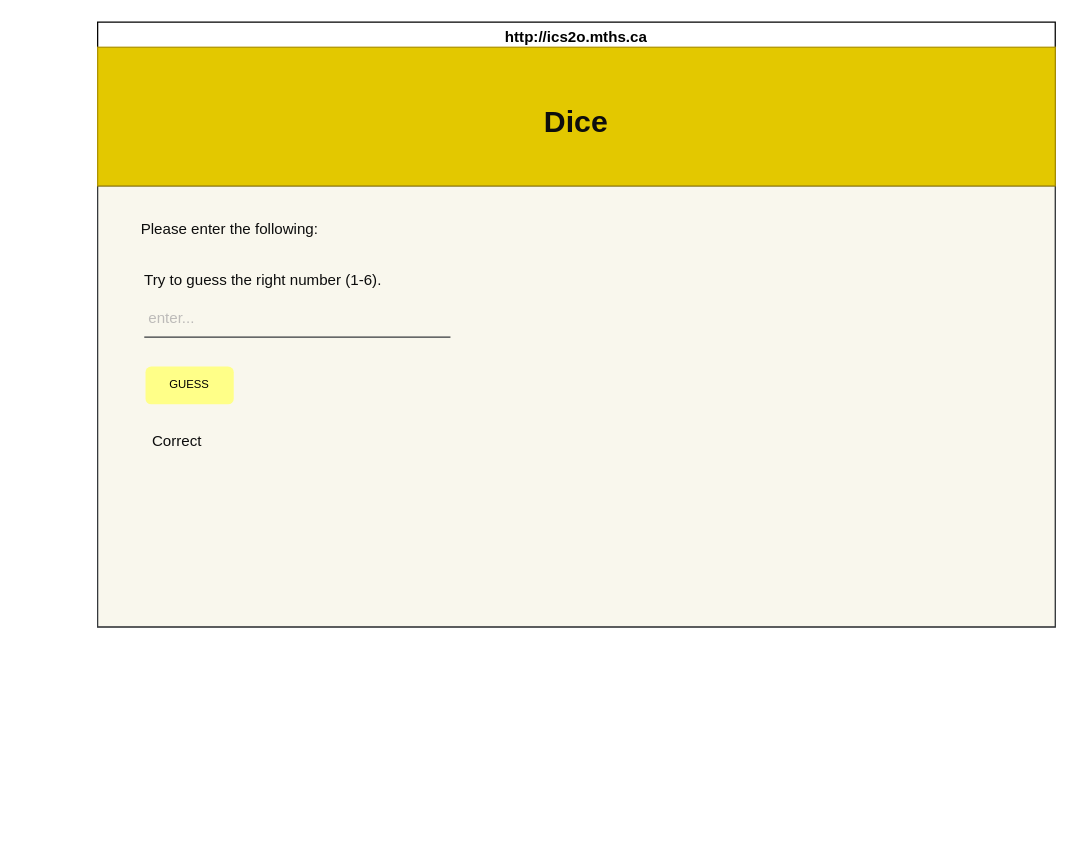
The draw.io diagram design/storyboard.drawio in MTHS-ICD2O-1-2023/ICD2O-Unit-5-01-pablo-fiallos-granados, before the edit. Source tidied: cells renumbered, new cells numbered last; positions are measured from the earlier drawing's top-left corner, leaving out a move shared by most shapes. Both pictures are drawn from the tidied source at 126%, with x=0, y=0 at pixel (21, 21). Pictures stored in the file or linked from it are replaced by grey dashed boxes.
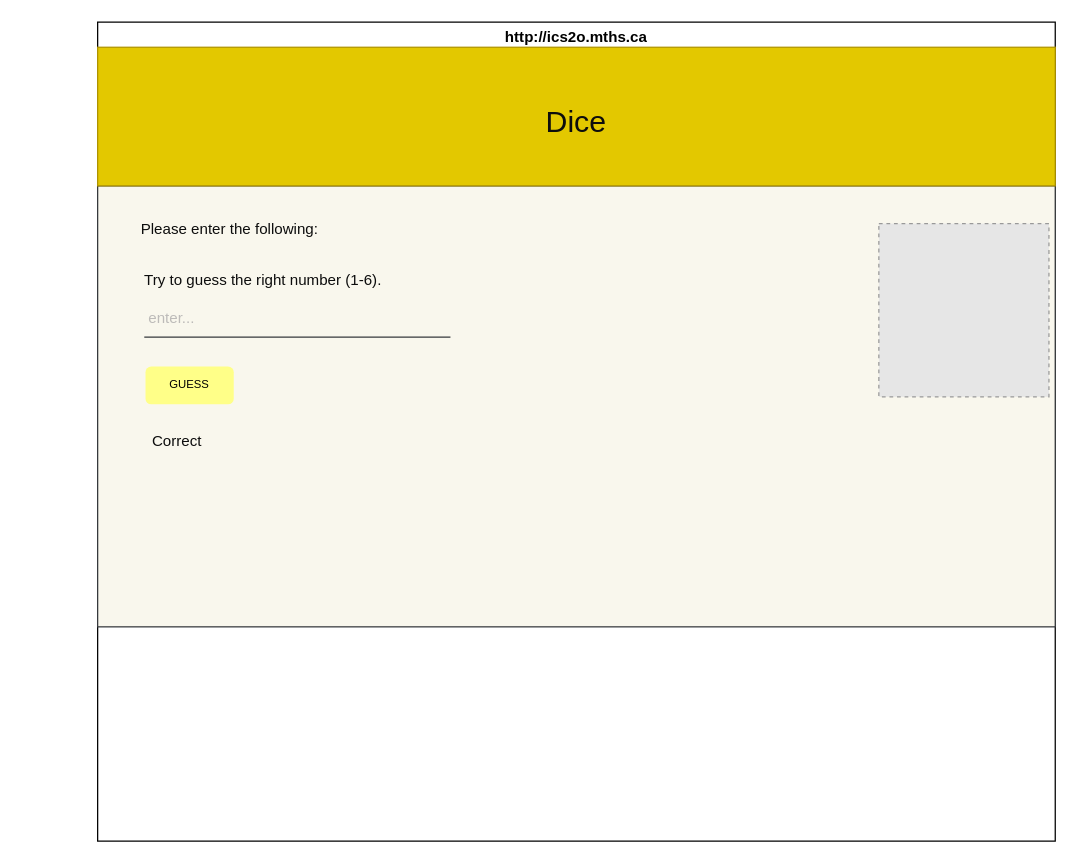
Above is the later version.

The edit, as a diff of the source:
```diff
@@
 <mxGraphModel>
   <root>
     <mxCell id="0" />
     <mxCell id="1" parent="0" />
     <mxCell id="2" value="http://ics2o.mths.ca" style="swimlane;whiteSpace=wrap;html=1;" parent="1" vertex="1">
-      <mxGeometry x="60" width="760" height="480" as="geometry" />
+      <mxGeometry x="60" width="760" height="650" as="geometry" />
     </mxCell>
     <mxCell id="3" style="rounded=0;whiteSpace=wrap;html=1;fillColor=#f9f7ed;strokeColor=#36393d;fontSize=9;" parent="2" vertex="1">
       <mxGeometry y="130" width="760" height="350" as="geometry" />
     </mxCell>
     <mxCell id="4" value="Please enter the following:" style="text;html=1;strokeColor=none;fillColor=none;align=center;verticalAlign=middle;whiteSpace=wrap;rounded=0;fontColor=#0D0D0D;" parent="2" vertex="1">
       <mxGeometry x="30" y="150" width="150" height="30" as="geometry" />
     </mxCell>
     <mxCell id="5" value="Try to guess the right number (1-6)." style="text;html=1;strokeColor=none;fillColor=none;align=center;verticalAlign=middle;whiteSpace=wrap;rounded=0;fontColor=#0D0D0D;" parent="2" vertex="1">
       <mxGeometry x="-20" y="190" width="303" height="30" as="geometry" />
     </mxCell>
     <mxCell id="6" style="endArrow=none;html=1;fontColor=#0D0D0D;jumpSize=5;fillColor=#eeeeee;strokeColor=#36393d;" parent="2" edge="1">
       <mxGeometry relative="1" as="geometry">
         <mxPoint x="37" y="250" as="sourcePoint" />
         <mxPoint x="280" y="250" as="targetPoint" />
       </mxGeometry>
     </mxCell>
     <mxCell id="7" value="enter..." style="text;html=1;strokeColor=none;fillColor=none;align=center;verticalAlign=middle;whiteSpace=wrap;rounded=0;fontColor=#BDBBB9;" parent="2" vertex="1">
       <mxGeometry x="28" y="220" width="62" height="30" as="geometry" />
     </mxCell>
     <mxCell id="8" style="whiteSpace=wrap;html=1;fillColor=#e3c800;fontColor=#000000;strokeColor=#B09500;" parent="2" vertex="1">
       <mxGeometry y="20" width="760" height="110" as="geometry" />
     </mxCell>
     <mxCell id="9" value="&lt;font color=&quot;#000000&quot; style=&quot;font-size: 9px;&quot;&gt;GUESS&lt;/font&gt;" style="rounded=1;whiteSpace=wrap;html=1;fillColor=#ffff88;strokeColor=none;fontSize=9;" parent="2" vertex="1">
       <mxGeometry x="38" y="273.4" width="70" height="30" as="geometry" />
     </mxCell>
     <mxCell id="10" value="&lt;sup&gt;&lt;span style=&quot;font-size: 12px;&quot;&gt;Correct&lt;/span&gt;&amp;nbsp;&amp;nbsp;&lt;/sup&gt;" style="text;html=1;strokeColor=none;fillColor=none;align=center;verticalAlign=middle;whiteSpace=wrap;rounded=0;fontColor=#0D0D0D;" parent="2" vertex="1">
       <mxGeometry x="-60" y="320" width="252" height="30" as="geometry" />
     </mxCell>
+    <mxCell id="12" style="fillColor=#E6E6E6;strokeColor=#999999;dashed=1;verticalLabelPosition=bottom;labelBackgroundColor=default;verticalAlign=top;" parent="2" vertex="1">
+      <mxGeometry x="620" y="160" width="135" height="137.4" as="geometry" />
+    </mxCell>
-    <mxCell id="11" value="&lt;h1&gt;&lt;font color=&quot;#0d0d0d&quot;&gt;Dice&lt;/font&gt;&lt;/h1&gt;" style="text;html=1;strokeColor=none;fillColor=none;align=center;verticalAlign=middle;whiteSpace=wrap;rounded=0;" parent="1" vertex="1">
+    <mxCell id="11" value="&lt;h1&gt;&lt;font style=&quot;font-weight: normal;&quot; color=&quot;#0d0d0d&quot;&gt;Dice&lt;/font&gt;&lt;/h1&gt;" style="text;html=1;strokeColor=none;fillColor=none;align=center;verticalAlign=middle;whiteSpace=wrap;rounded=0;" parent="1" vertex="1">
       <mxGeometry x="220" y="20" width="440" height="120" as="geometry" />
     </mxCell>
   </root>
 </mxGraphModel>
```
